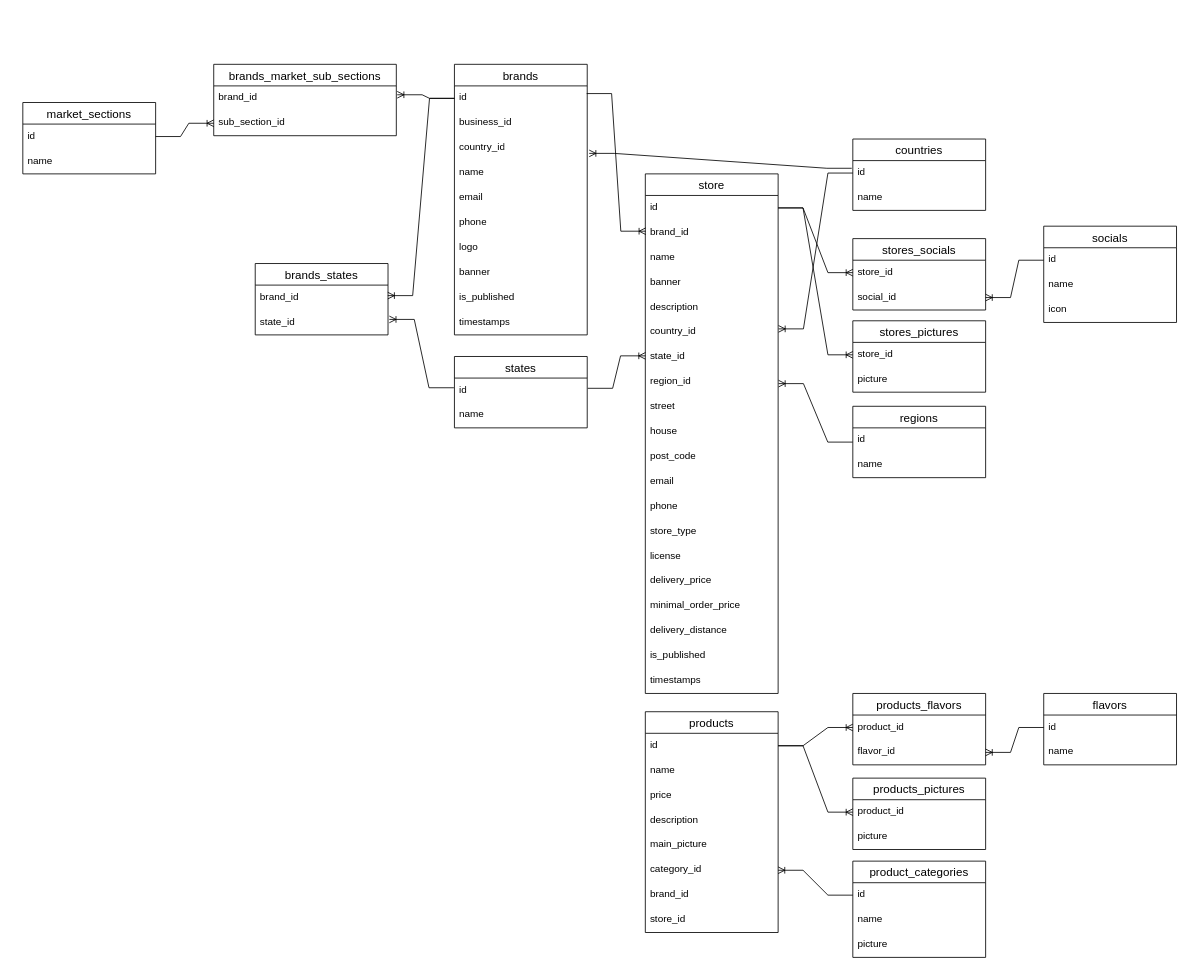
The draw.io diagram er.drawio in xw1nchester/kushfinds-backend, before the edit. Source tidied: cells renumbered, new cells numbered last; positions are measured from the earlier drawing's top-left corner, leaving out a move shared by most shapes. Both pictures are drawn from the tidied source at 83%, with x=0, y=0 at pixel (22, 64).
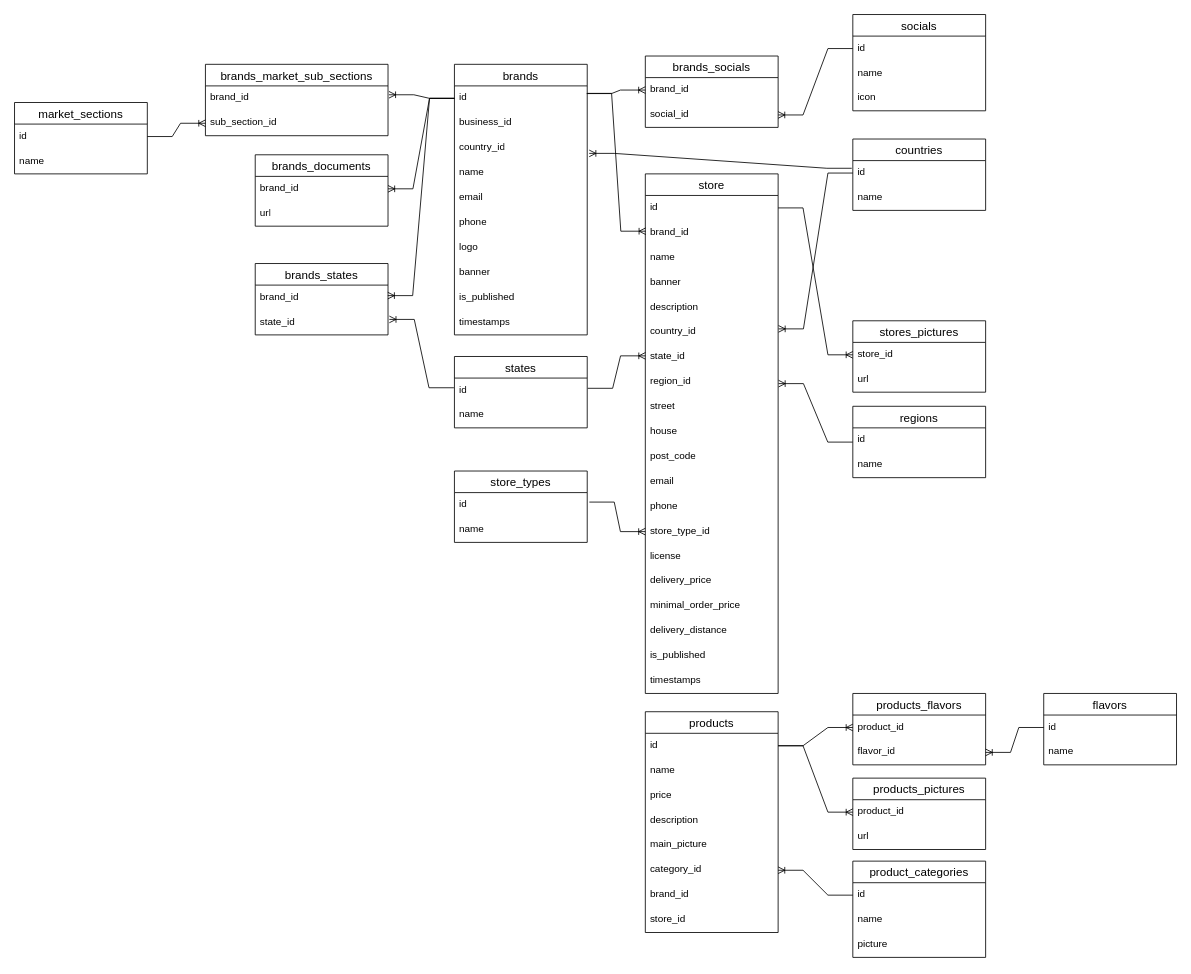
The same page after the edit.

The change refers to these unchanged cells:
```xml
<mxCell id="3" value="id" style="text;strokeColor=none;fillColor=none;spacingLeft=4;spacingRight=4;overflow=hidden;points=[[0,0.5],[1,0.5]];portConstraint=eastwest;fontSize=12;whiteSpace=wrap;html=1;" parent="2" vertex="1">
  <mxGeometry y="26" width="160" height="30" as="geometry" />
</mxCell>
<mxCell id="31" value="store" style="swimlane;fontStyle=0;horizontal=1;startSize=26;align=center;fontSize=14;" parent="1" vertex="1">
  <mxGeometry x="750" y="132" width="160" height="626" as="geometry" />
</mxCell>
<mxCell id="32" value="id" style="text;strokeColor=none;fillColor=none;spacingLeft=4;spacingRight=4;overflow=hidden;points=[[0,0.5],[1,0.5]];portConstraint=eastwest;fontSize=12;whiteSpace=wrap;html=1;" parent="31" vertex="1">
  <mxGeometry y="26" width="160" height="30" as="geometry" />
</mxCell>
<mxCell id="74" value="stores_pictures" style="swimlane;fontStyle=0;horizontal=1;startSize=26;align=center;fontSize=14;" parent="1" vertex="1">
  <mxGeometry x="1000" y="309" width="160" height="86" as="geometry" />
</mxCell>
<mxCell id="87" value="products_pictures" style="swimlane;fontStyle=0;horizontal=1;startSize=26;align=center;fontSize=14;" parent="1" vertex="1">
  <mxGeometry x="1000" y="860" width="160" height="86" as="geometry" />
</mxCell>
```

Diff of the diagram source:
```diff
@@
     <mxCell id="25" value="market_sections" style="swimlane;fontStyle=0;horizontal=1;startSize=26;align=center;fontSize=14;" parent="1" vertex="1">
-      <mxGeometry y="46" width="160" height="86" as="geometry" />
+      <mxGeometry x="-10" y="46" width="160" height="86" as="geometry" />
     </mxCell>
@@
     <mxCell id="28" value="brands_market_sub_sections" style="swimlane;fontStyle=0;horizontal=1;startSize=26;align=center;fontSize=14;" parent="1" vertex="1">
-      <mxGeometry x="230" width="220" height="86" as="geometry" />
+      <mxGeometry x="220" width="220" height="86" as="geometry" />
     </mxCell>
@@
-    <mxCell id="45" value="store_type" style="text;strokeColor=none;fillColor=none;spacingLeft=4;spacingRight=4;overflow=hidden;points=[[0,0.5],[1,0.5]];portConstraint=eastwest;fontSize=12;whiteSpace=wrap;html=1;" parent="31" vertex="1">
+    <mxCell id="45" value="store_type_id" style="text;strokeColor=none;fillColor=none;spacingLeft=4;spacingRight=4;overflow=hidden;points=[[0,0.5],[1,0.5]];portConstraint=eastwest;fontSize=12;whiteSpace=wrap;html=1;" parent="31" vertex="1">
       <mxGeometry y="416" width="160" height="30" as="geometry" />
     </mxCell>
@@
     <mxCell id="65" value="socials" style="swimlane;fontStyle=0;horizontal=1;startSize=26;align=center;fontSize=14;" parent="1" vertex="1">
-      <mxGeometry x="1230" y="195" width="160" height="116" as="geometry" />
+      <mxGeometry x="1000" y="-60" width="160" height="116" as="geometry" />
     </mxCell>
@@
-    <mxCell id="69" value="stores_socials" style="swimlane;fontStyle=0;horizontal=1;startSize=26;align=center;fontSize=14;" parent="1" vertex="1">
-      <mxGeometry x="1000" y="210" width="160" height="86" as="geometry" />
+    <mxCell id="69" value="brands_socials" style="swimlane;fontStyle=0;horizontal=1;startSize=26;align=center;fontSize=14;" parent="1" vertex="1">
+      <mxGeometry x="750" y="-10" width="160" height="86" as="geometry" />
     </mxCell>
-    <mxCell id="70" value="store_id" style="text;strokeColor=none;fillColor=none;spacingLeft=4;spacingRight=4;overflow=hidden;points=[[0,0.5],[1,0.5]];portConstraint=eastwest;fontSize=12;whiteSpace=wrap;html=1;" parent="69" vertex="1">
+    <mxCell id="70" value="&lt;div style=&quot;text-align: center;&quot;&gt;&lt;span style=&quot;text-align: left;&quot;&gt;brand_id&lt;/span&gt;&lt;/div&gt;" style="text;strokeColor=none;fillColor=none;spacingLeft=4;spacingRight=4;overflow=hidden;points=[[0,0.5],[1,0.5]];portConstraint=eastwest;fontSize=12;whiteSpace=wrap;html=1;" parent="69" vertex="1">
       <mxGeometry y="26" width="160" height="30" as="geometry" />
     </mxCell>
@@
-    <mxCell id="72" style="edgeStyle=entityRelationEdgeStyle;fontSize=12;html=1;endArrow=ERoneToMany;rounded=0;exitX=1;exitY=0.5;exitDx=0;exitDy=0;entryX=0;entryY=0.5;entryDx=0;entryDy=0;" parent="1" edge="1" source="32" target="70">
+    <mxCell id="72" style="edgeStyle=entityRelationEdgeStyle;fontSize=12;html=1;endArrow=ERoneToMany;rounded=0;exitX=0.999;exitY=0.3;exitDx=0;exitDy=0;entryX=0;entryY=0.5;entryDx=0;entryDy=0;exitPerimeter=0;" parent="1" edge="1" source="3" target="70">
       <mxGeometry relative="1" as="geometry" />
     </mxCell>
@@
-    <mxCell id="76" value="picture" style="text;strokeColor=none;fillColor=none;spacingLeft=4;spacingRight=4;overflow=hidden;fontSize=12;whiteSpace=wrap;html=1;" parent="74" vertex="1">
+    <mxCell id="76" value="url" style="text;strokeColor=none;fillColor=none;spacingLeft=4;spacingRight=4;overflow=hidden;fontSize=12;whiteSpace=wrap;html=1;" parent="74" vertex="1">
       <mxGeometry y="56" width="160" height="30" as="geometry" />
     </mxCell>
@@
-    <mxCell id="89" value="picture" style="text;strokeColor=none;fillColor=none;spacingLeft=4;spacingRight=4;overflow=hidden;fontSize=12;whiteSpace=wrap;html=1;" parent="87" vertex="1">
+    <mxCell id="89" value="url" style="text;strokeColor=none;fillColor=none;spacingLeft=4;spacingRight=4;overflow=hidden;fontSize=12;whiteSpace=wrap;html=1;" parent="87" vertex="1">
       <mxGeometry y="56" width="160" height="30" as="geometry" />
     </mxCell>
@@
+    <mxCell id="100" value="brands_documents" style="swimlane;fontStyle=0;horizontal=1;startSize=26;align=center;fontSize=14;" parent="1" vertex="1">
+      <mxGeometry x="280" y="109" width="160" height="86" as="geometry" />
+    </mxCell>
+    <mxCell id="101" value="brand_id" style="text;strokeColor=none;fillColor=none;spacingLeft=4;spacingRight=4;overflow=hidden;points=[[0,0.5],[1,0.5]];portConstraint=eastwest;fontSize=12;whiteSpace=wrap;html=1;" parent="100" vertex="1">
+      <mxGeometry y="26" width="160" height="30" as="geometry" />
+    </mxCell>
+    <mxCell id="102" value="url" style="text;strokeColor=none;fillColor=none;spacingLeft=4;spacingRight=4;overflow=hidden;fontSize=12;whiteSpace=wrap;html=1;" parent="100" vertex="1">
+      <mxGeometry y="56" width="160" height="30" as="geometry" />
+    </mxCell>
+    <mxCell id="103" style="edgeStyle=entityRelationEdgeStyle;fontSize=12;html=1;endArrow=ERoneToMany;rounded=0;exitX=0;exitY=0.5;exitDx=0;exitDy=0;entryX=1;entryY=0.5;entryDx=0;entryDy=0;" parent="1" edge="1" source="3" target="101">
+      <mxGeometry relative="1" as="geometry" />
+    </mxCell>
+    <mxCell id="104" value="store_types" style="swimlane;fontStyle=0;horizontal=1;startSize=26;align=center;fontSize=14;" parent="1" vertex="1">
+      <mxGeometry x="520" y="490" width="160" height="86" as="geometry" />
+    </mxCell>
+    <mxCell id="105" value="id" style="text;strokeColor=none;fillColor=none;spacingLeft=4;spacingRight=4;overflow=hidden;points=[[0,0.5],[1,0.5]];portConstraint=eastwest;fontSize=12;whiteSpace=wrap;html=1;" parent="104" vertex="1">
+      <mxGeometry y="26" width="160" height="30" as="geometry" />
+    </mxCell>
+    <mxCell id="106" value="name" style="text;strokeColor=none;fillColor=none;spacingLeft=4;spacingRight=4;overflow=hidden;fontSize=12;whiteSpace=wrap;html=1;" parent="104" vertex="1">
+      <mxGeometry y="56" width="160" height="30" as="geometry" />
+    </mxCell>
+    <mxCell id="107" style="edgeStyle=entityRelationEdgeStyle;fontSize=12;html=1;endArrow=ERoneToMany;rounded=0;exitX=1.016;exitY=0.381;exitDx=0;exitDy=0;entryX=0;entryY=0.5;entryDx=0;entryDy=0;exitPerimeter=0;" parent="1" edge="1" source="105" target="45">
+      <mxGeometry relative="1" as="geometry" />
+    </mxCell>
```
